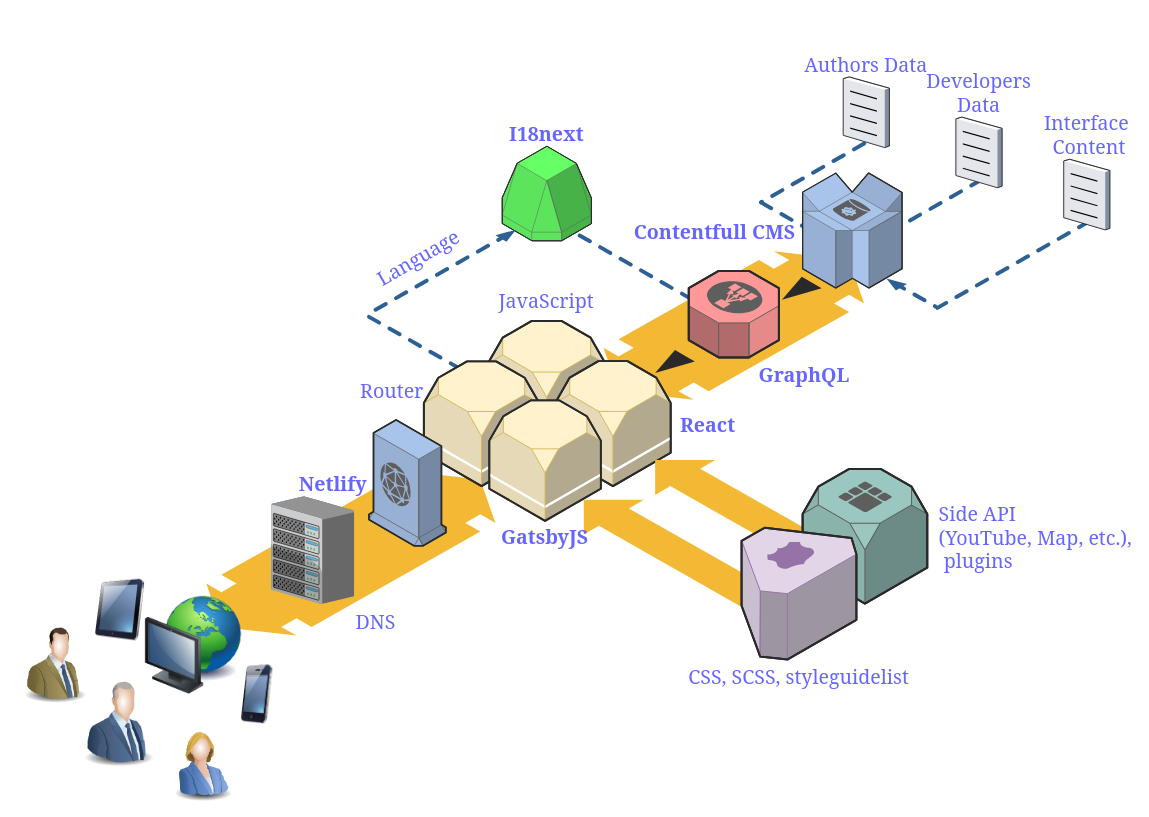
Above: techno.drawio in Musmen/js-edu (draw.io), before the change. Source tidied: cells renumbered, new cells numbered last; positions are measured from the earlier drawing's top-left corner, leaving out a move shared by most shapes. Both pictures are drawn from the tidied source at 98%, with x=0, y=0 at pixel (16, 76). Pictures stored in the file or linked from it are replaced by grey dashed boxes.
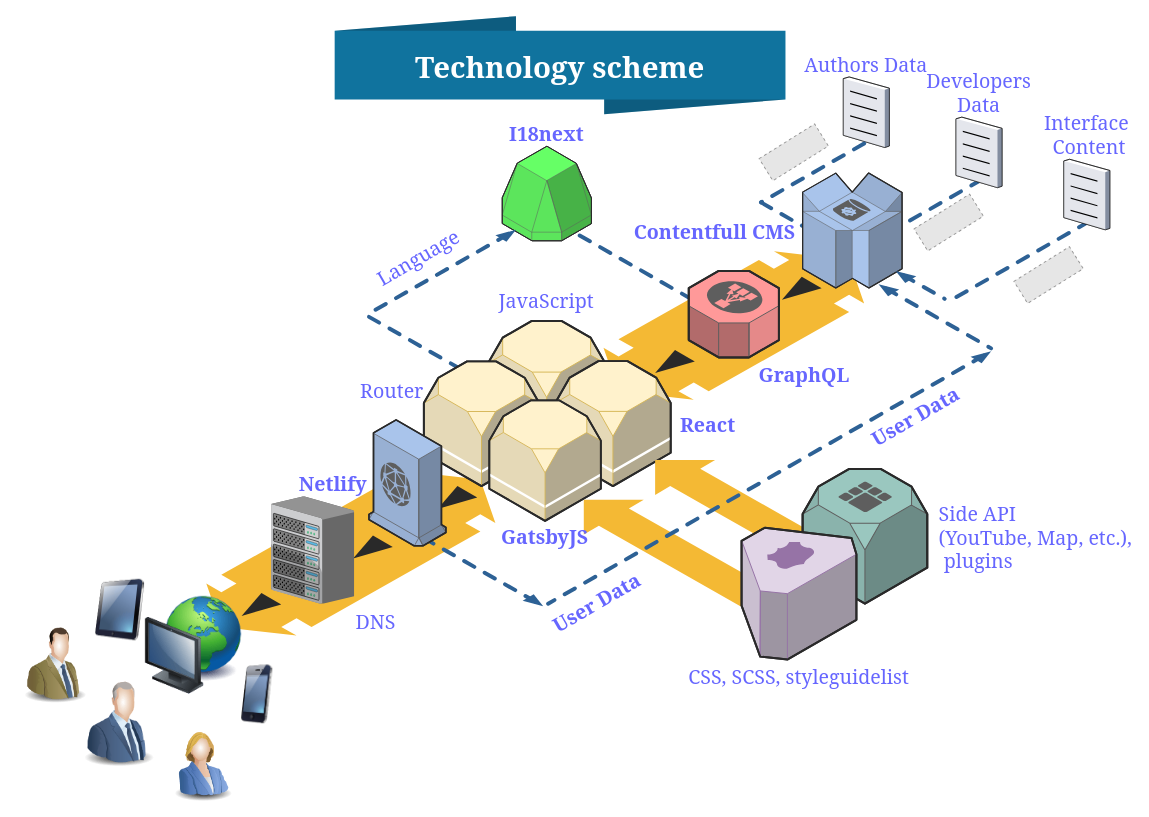
Above is the later version.

What changed in the source:
```diff
@@
     <mxCell id="9" style="verticalLabelPosition=bottom;html=1;verticalAlign=top;strokeWidth=1;align=center;dashed=0;shape=mxgraph.aws3d.dashedArrowlessEdge;fillColor=#000000;shadow=0;labelBackgroundColor=none;fontFamily=Georgia;fontSize=20;fontColor=#6666FF;flipH=1;" parent="1" vertex="1">
-      <mxGeometry x="940" y="147.4" width="155" height="88.3" as="geometry" />
+      <mxGeometry x="950" y="147.4" width="145" height="82.6" as="geometry" />
     </mxCell>
@@
-    <mxCell id="24" value="Netlify" style="verticalLabelPosition=middle;verticalAlign=middle;strokeWidth=1;align=right;dashed=0;shape=mxgraph.aws3d.cloudfront;fillColor=#A9C4EB;strokeColor=#5E5E5E;fontFamily=Georgia;fontSize=20;fontColor=#6666FF;labelPosition=left;fontStyle=1;" parent="1" vertex="1">
-      <mxGeometry x="360" y="350" width="78.5" height="128.5" as="geometry" />
-    </mxCell>
-    <mxCell id="25" value="DNS" style="verticalLabelPosition=bottom;verticalAlign=top;strokeColor=none;align=left;shape=mxgraph.citrix.chassis;fillColor=#A9C4EB;fontFamily=Georgia;fontSize=20;fontColor=#6666FF;labelPosition=right;" parent="1" vertex="1">
-      <mxGeometry x="260" y="428" width="84.8" height="109.5" as="geometry" />
-    </mxCell>
@@
     <mxCell id="35" style="verticalLabelPosition=bottom;html=1;verticalAlign=top;strokeWidth=1;align=center;dashed=0;shape=mxgraph.aws3d.dashedEdge;fillColor=#000000;shadow=0;labelBackgroundColor=none;fontFamily=Georgia;fontSize=20;fontColor=#6666FF;flipV=0;flipH=1;" parent="1" vertex="1">
-      <mxGeometry x="888" y="205.7" width="50" height="28.5" as="geometry" />
+      <mxGeometry x="897.5" y="198" width="50" height="28.5" as="geometry" />
     </mxCell>
@@
+    <mxCell id="37" value="Technology scheme" style="shape=mxgraph.infographic.ribbonRolled;dx=185;dy=15;fillColor=#10739E;strokeColor=none;align=center;verticalAlign=middle;fontColor=#ffffff;fontSize=30;fontStyle=1;shadow=0;labelBackgroundColor=none;fontFamily=Georgia;" parent="1" vertex="1">
+      <mxGeometry x="325" y="-62" width="460" height="100" as="geometry" />
+    </mxCell>
+    <mxCell id="38" style="verticalLabelPosition=bottom;html=1;verticalAlign=top;strokeWidth=1;align=center;dashed=0;shape=mxgraph.aws3d.dashedEdge;fillColor=#000000;shadow=0;labelBackgroundColor=none;fontFamily=Georgia;fontSize=20;fontColor=#6666FF;flipV=0;flipH=1;" parent="1" vertex="1">
+      <mxGeometry x="880" y="211.5" width="114.9" height="65.5" as="geometry" />
+    </mxCell>
+    <mxCell id="39" value="User Data" style="text;align=center;verticalAlign=middle;fontSize=20;fontFamily=Georgia;fontColor=#6666FF;rotation=330;strokeColor=none;shadow=0;labelBackgroundColor=none;fontStyle=1;" parent="1" vertex="1">
+      <mxGeometry x="857.3" y="330" width="120" height="30" as="geometry" />
+    </mxCell>
+    <mxCell id="40" style="verticalLabelPosition=bottom;html=1;verticalAlign=top;strokeWidth=1;align=center;dashed=0;shape=mxgraph.aws3d.dashedEdge;fillColor=#000000;shadow=0;labelBackgroundColor=none;fontFamily=Georgia;fontSize=30;fontColor=#6666FF;" parent="1" vertex="1">
+      <mxGeometry x="542.8" y="280" width="452.1" height="257.5" as="geometry" />
+    </mxCell>
+    <mxCell id="41" style="verticalLabelPosition=bottom;html=1;verticalAlign=top;strokeWidth=1;align=center;dashed=0;shape=mxgraph.aws3d.dashedEdge;fillColor=#000000;shadow=0;labelBackgroundColor=none;fontFamily=Georgia;fontSize=30;fontColor=#6666FF;flipV=1;" parent="1" vertex="1">
+      <mxGeometry x="422.3" y="474.2" width="115.5" height="65.8" as="geometry" />
+    </mxCell>
+    <mxCell id="42" value="User Data" style="text;align=center;verticalAlign=middle;fontSize=20;fontFamily=Georgia;fontColor=#6666FF;rotation=330;strokeColor=none;shadow=0;labelBackgroundColor=none;fontStyle=1;" parent="1" vertex="1">
+      <mxGeometry x="532" y="520" width="120" height="30" as="geometry" />
+    </mxCell>
+    <mxCell id="43" style="verticalLabelPosition=bottom;html=1;verticalAlign=top;strokeWidth=1;align=center;dashed=0;shape=mxgraph.aws3d.arrowhead;fillColor=#A9C4EB;fontFamily=Georgia;fontSize=20;fontColor=#6666FF;flipH=0;flipV=1;" parent="1" vertex="1">
+      <mxGeometry x="430" y="417.5" width="40.5" height="23.4" as="geometry" />
+    </mxCell>
+    <mxCell id="44" style="verticalLabelPosition=bottom;html=1;verticalAlign=top;strokeWidth=1;align=center;dashed=0;shape=mxgraph.aws3d.arrowhead;fillColor=#A9C4EB;fontFamily=Georgia;fontSize=20;fontColor=#6666FF;flipH=0;flipV=1;" parent="1" vertex="1">
+      <mxGeometry x="343.8" y="468" width="40.5" height="23.4" as="geometry" />
+    </mxCell>
+    <mxCell id="25" value="DNS" style="verticalLabelPosition=bottom;verticalAlign=top;strokeColor=none;align=left;shape=mxgraph.citrix.chassis;fillColor=#A9C4EB;fontFamily=Georgia;fontSize=20;fontColor=#6666FF;labelPosition=right;" parent="1" vertex="1">
+      <mxGeometry x="260" y="428" width="84.8" height="109.5" as="geometry" />
+    </mxCell>
+    <mxCell id="24" value="Netlify" style="verticalLabelPosition=middle;verticalAlign=middle;strokeWidth=1;align=right;dashed=0;shape=mxgraph.aws3d.cloudfront;fillColor=#A9C4EB;strokeColor=#5E5E5E;fontFamily=Georgia;fontSize=20;fontColor=#6666FF;labelPosition=left;fontStyle=1;" parent="1" vertex="1">
+      <mxGeometry x="360" y="350" width="78.5" height="128.5" as="geometry" />
+    </mxCell>
+    <mxCell id="45" style="verticalLabelPosition=bottom;html=1;verticalAlign=top;strokeWidth=1;align=center;dashed=0;shape=mxgraph.aws3d.arrowhead;fillColor=#A9C4EB;fontFamily=Georgia;fontSize=20;fontColor=#6666FF;flipH=0;flipV=1;" parent="1" vertex="1">
+      <mxGeometry x="230" y="526.6" width="40.5" height="23.4" as="geometry" />
+    </mxCell>
+    <mxCell id="46" style="fillColor=#E6E6E6;strokeColor=#999999;dashed=1;verticalLabelPosition=bottom;verticalAlign=top;labelBackgroundColor=none;fontFamily=Georgia;fontSize=30;fontColor=#6666FF;align=center;html=0;rotation=328;" parent="1" vertex="1">
+      <mxGeometry x="1020" y="188.9" width="66.9" height="26.5" as="geometry" />
+    </mxCell>
+    <mxCell id="47" style="fillColor=#E6E6E6;strokeColor=#999999;dashed=1;verticalLabelPosition=bottom;verticalAlign=top;labelBackgroundColor=none;fontFamily=Georgia;fontSize=30;fontColor=#6666FF;align=center;html=0;rotation=328;" parent="1" vertex="1">
+      <mxGeometry x="918.1" y="135.3" width="66.9" height="26.5" as="geometry" />
+    </mxCell>
+    <mxCell id="48" style="fillColor=#E6E6E6;strokeColor=#999999;dashed=1;verticalLabelPosition=bottom;verticalAlign=top;labelBackgroundColor=none;fontFamily=Georgia;fontSize=30;fontColor=#6666FF;align=center;html=0;rotation=328;" parent="1" vertex="1">
+      <mxGeometry x="760" y="63.7" width="66.9" height="26.5" as="geometry" />
+    </mxCell>
```
